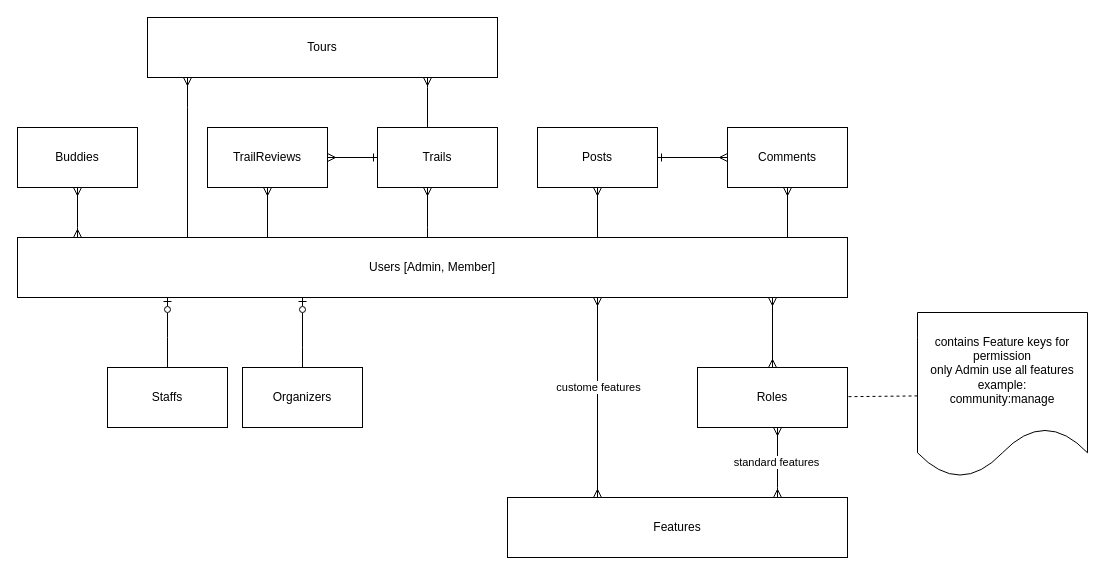
This is page "Data Models" (3 of 3) of docs/draw/sentang.drawio from chavp/DataModeling, a draw.io file, before an edit. Source tidied: cells renumbered, new cells numbered last; positions are measured from the earlier drawing's top-left corner, leaving out a move shared by most shapes. Both pictures are drawn from the tidied source at 100%, with x=0, y=0 at pixel (17, 17).
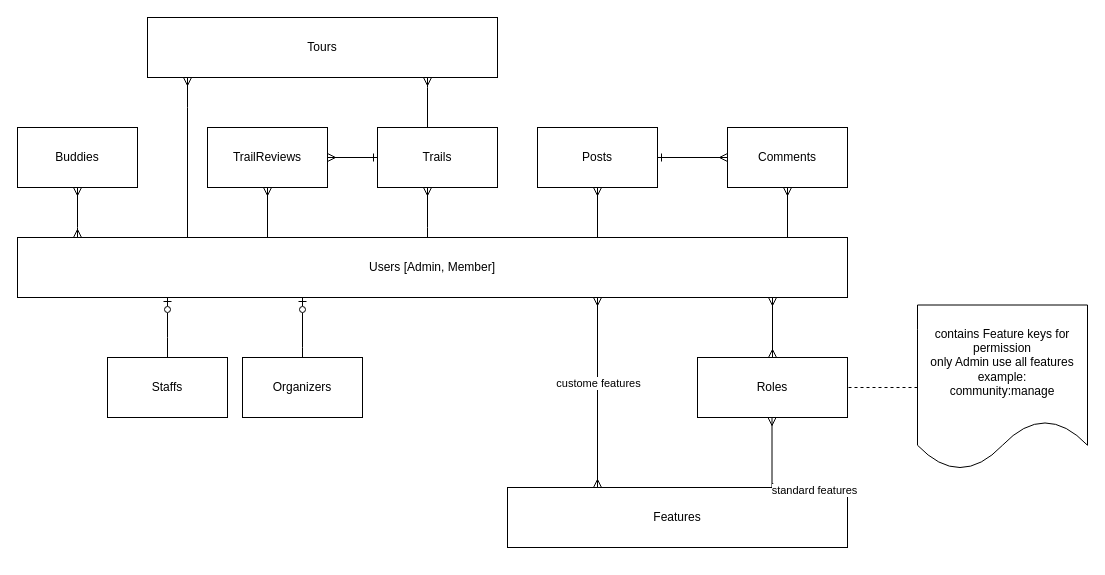
After the change.

The edit, as a diff of the source:
```diff
@@
     <mxCell id="5" value="Roles" style="rounded=0;whiteSpace=wrap;html=1;" parent="1" vertex="1">
-      <mxGeometry x="680" y="350" width="150" height="60" as="geometry" />
+      <mxGeometry x="680" y="340" width="150" height="60" as="geometry" />
     </mxCell>
@@
     <mxCell id="15" value="contains Feature keys for permission&lt;div&gt;only Admin use all features&lt;/div&gt;&lt;div&gt;example:&lt;br&gt;&lt;div&gt;community:manage&lt;/div&gt;&lt;/div&gt;" style="shape=document;whiteSpace=wrap;html=1;boundedLbl=1;" parent="1" vertex="1">
-      <mxGeometry x="900" y="295" width="170" height="165" as="geometry" />
+      <mxGeometry x="900" y="287.5" width="170" height="165" as="geometry" />
     </mxCell>
@@
     <mxCell id="19" value="Features" style="rounded=0;whiteSpace=wrap;html=1;" parent="1" vertex="1">
-      <mxGeometry x="490" y="480" width="340" height="60" as="geometry" />
+      <mxGeometry x="490" y="470" width="340" height="60" as="geometry" />
     </mxCell>
@@
-    <mxCell id="21" style="edgeStyle=orthogonalEdgeStyle;rounded=0;jettySize=auto;html=1;endArrow=ERmany;endFill=0;startArrow=ERmany;startFill=0;" parent="1" edge="1" source="19" target="5">
+    <mxCell id="21" style="edgeStyle=orthogonalEdgeStyle;rounded=0;orthogonalLoop=1;jettySize=auto;html=1;endArrow=ERmany;endFill=0;startArrow=ERmany;startFill=0;" parent="1" edge="1">
       <mxGeometry relative="1" as="geometry">
+        <mxPoint x="754.5" y="470" as="sourcePoint" />
+        <mxPoint x="754.5" y="400" as="targetPoint" />
         <Array as="points">
-          <mxPoint x="760" y="470" />
-          <mxPoint x="760" y="470" />
+          <mxPoint x="834.5" y="470" />
+          <mxPoint x="834.5" y="470" />
         </Array>
       </mxGeometry>
     </mxCell>
@@
     <mxCell id="26" value="Staffs" style="rounded=0;whiteSpace=wrap;html=1;" parent="1" vertex="1">
-      <mxGeometry x="90" y="350" width="120" height="60" as="geometry" />
+      <mxGeometry x="90" y="340" width="120" height="60" as="geometry" />
     </mxCell>
@@
     <mxCell id="28" value="Organizers" style="rounded=0;whiteSpace=wrap;html=1;" parent="1" vertex="1">
-      <mxGeometry x="225" y="350" width="120" height="60" as="geometry" />
+      <mxGeometry x="225" y="340" width="120" height="60" as="geometry" />
     </mxCell>
```
